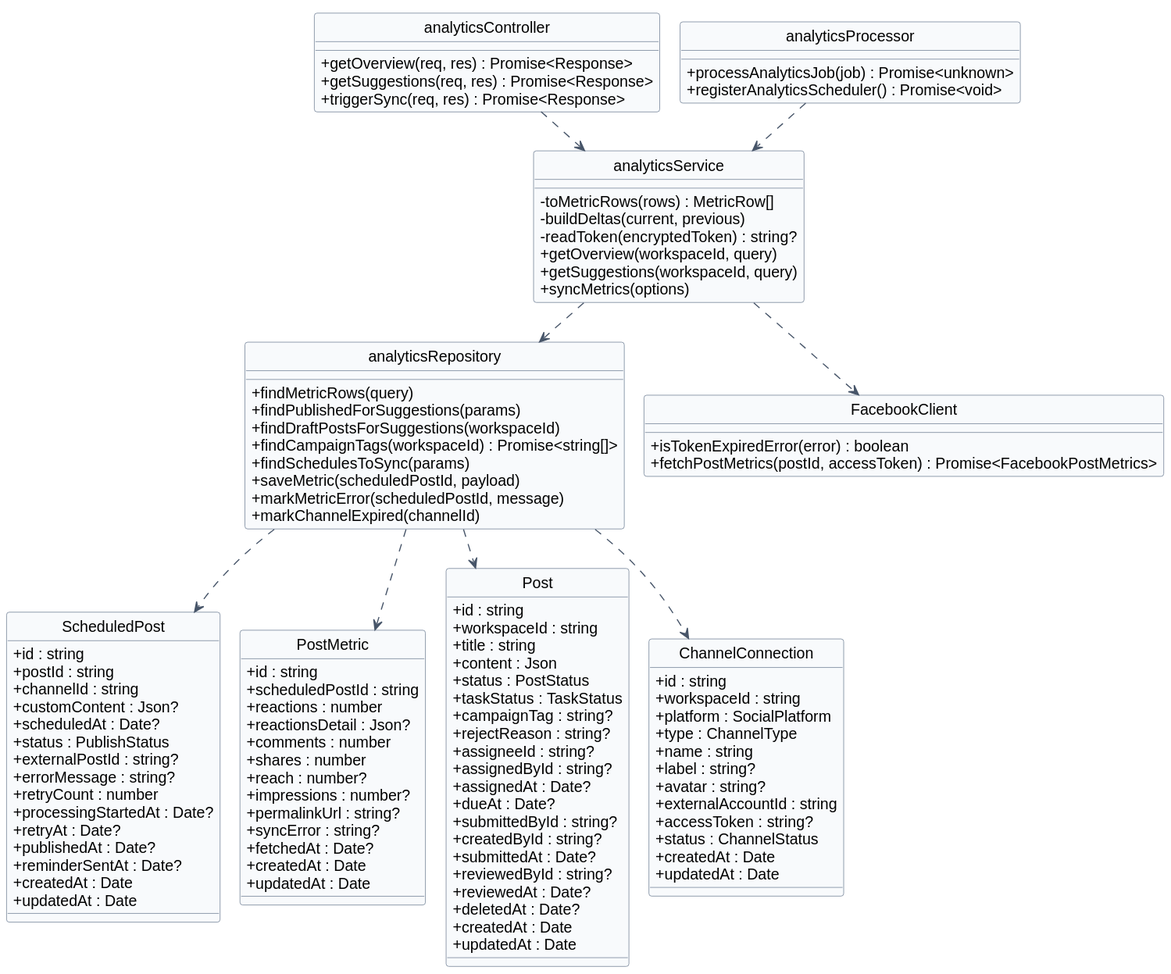
The PlantUML diagram docs/diagrams/10-analytics.svg in Pham-Hong-Ky/marka-capstone, before a commit.
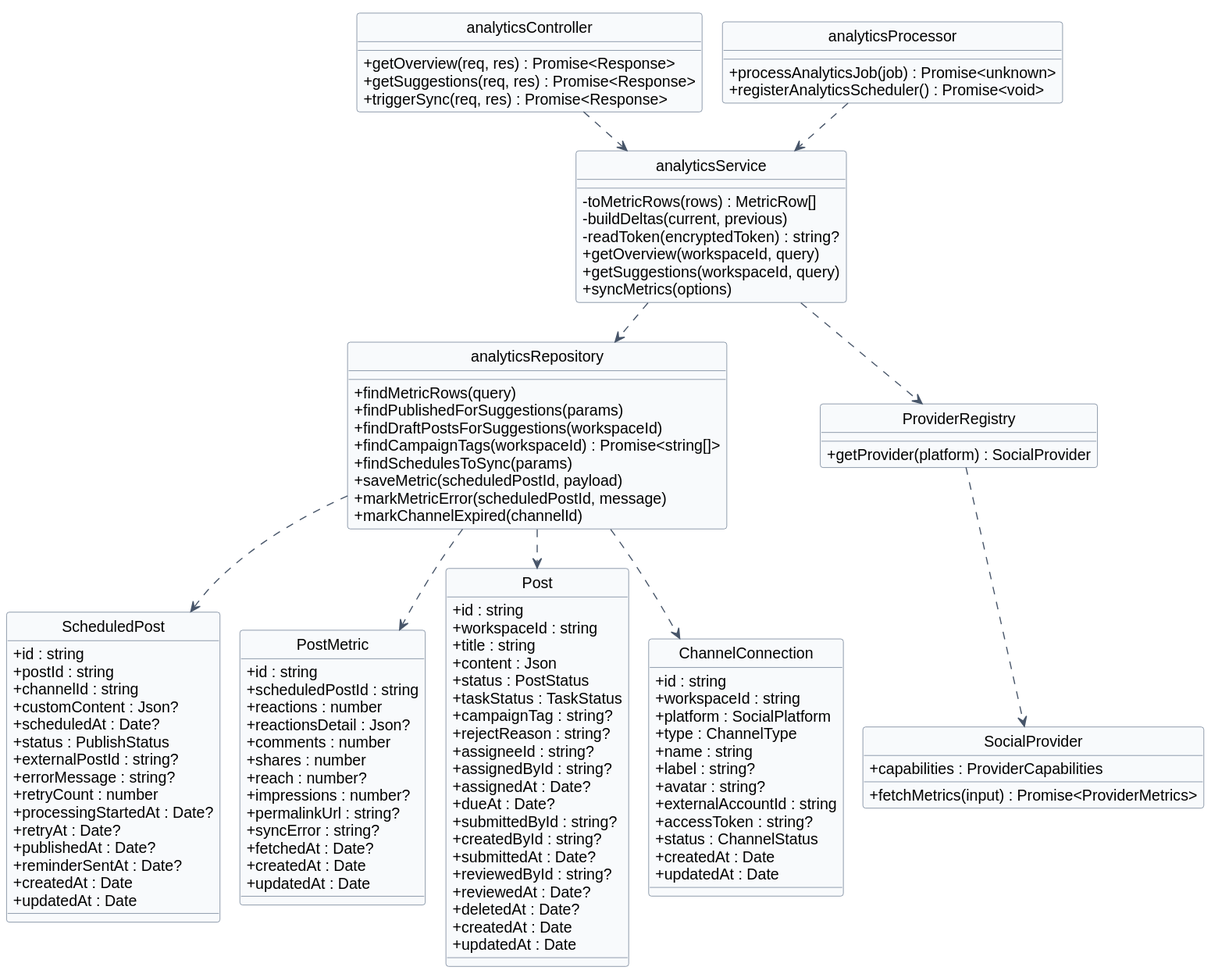
The same diagram one commit later.

The edit, as a diff of the source:
```diff
@@ -118,14 +118,19 @@
   + registerAnalyticsScheduler() : Promise<void>
 }
 
-class "FacebookClient" as facebookClient {
-  + isTokenExpiredError(error) : boolean
-  + fetchPostMetrics(postId, accessToken) : Promise<FacebookPostMetrics>
+class "ProviderRegistry" as providerRegistry {
+  + getProvider(platform) : SocialProvider
+}
+
+class "SocialProvider" as socialProvider {
+  + capabilities : ProviderCapabilities
+  + fetchMetrics(input) : Promise<ProviderMetrics>
 }
 
 analyticsController ..> analyticsService
 analyticsService ..> analyticsRepository
-analyticsService ..> facebookClient
+analyticsService ..> providerRegistry
+providerRegistry ..> socialProvider
 analyticsProcessor ..> analyticsService
 
 analyticsRepository ..> ScheduledPost
```
